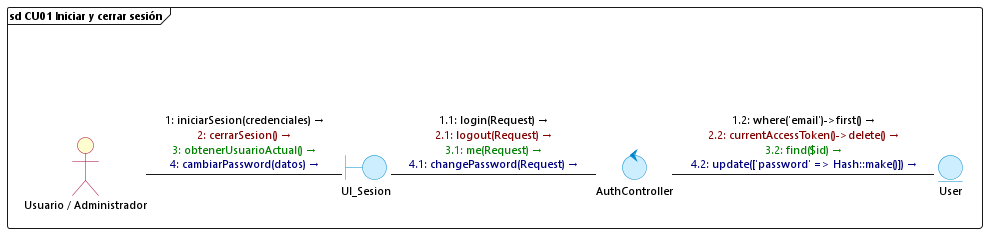
This is diagramas/comunicacion/cu01_iniciar_cerrar_sesion.png from DiogoMars777/TELCOM-2.0, a PlantUML export, as it was before one commit. The source it was exported from:
```plantuml
@startuml cu01_iniciar_cerrar_sesion
skinparam backgroundColor white
skinparam defaultFontName "Segoe UI"
skinparam defaultFontSize 11
skinparam interfaceBackgroundColor transparent
skinparam interfaceBorderColor transparent
skinparam actorBackgroundColor #FEFECE
skinparam actorBorderColor #A80036
skinparam boundaryBackgroundColor #CCEEFF
skinparam boundaryBorderColor #0088CC
skinparam controlBackgroundColor #CCEEFF
skinparam controlBorderColor #0088CC
skinparam entityBackgroundColor #CCEEFF
skinparam entityBorderColor #0088CC

frame "sd CU01 Iniciar y cerrar sesión" {
    () " " as spacer
    actor "Usuario / Administrador" as Usuario
    boundary UI_Sesion
    control AuthController
    entity User

    spacer -[hidden]down- Usuario

    Usuario -right- UI_Sesion : <font color=#000000>1: iniciarSesion(credenciales) →</font>\n<font color=#800000>2: cerrarSesion() →</font>\n<font color=#008000>3: obtenerUsuarioActual() →</font>\n<font color=#000080>4: cambiarPassword(datos) →</font>

    UI_Sesion -right- AuthController : <font color=#000000>1.1: login(Request) →</font>\n<font color=#800000>2.1: logout(Request) →</font>\n<font color=#008000>3.1: me(Request) →</font>\n<font color=#000080>4.1: changePassword(Request) →</font>

    AuthController -right- User : <font color=#000000>1.2: where('email')->first() →</font>\n<font color=#800000>2.2: currentAccessToken()->delete() →</font>\n<font color=#008000>3.2: find($id) →</font>\n<font color=#000080>4.2: update(['password' => Hash::make()]) →</font>
}
@enduml
```
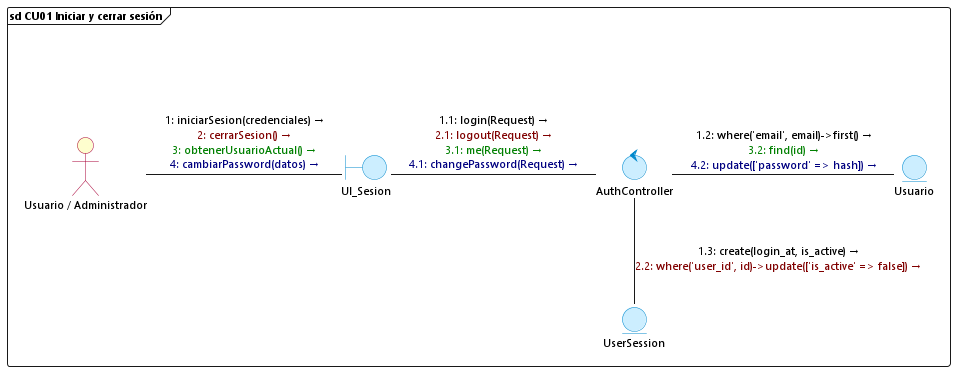
After the change.

Diff of the diagram source:
```diff
@@ -15,17 +15,20 @@
 
 frame "sd CU01 Iniciar y cerrar sesión" {
     () " " as spacer
-    actor "Usuario / Administrador" as Usuario
+    actor "Usuario / Administrador" as UsuarioActor
     boundary UI_Sesion
     control AuthController
-    entity User
+    entity Usuario
+    entity UserSession
 
-    spacer -[hidden]down- Usuario
+    spacer -[hidden]down- UsuarioActor
 
-    Usuario -right- UI_Sesion : <font color=#000000>1: iniciarSesion(credenciales) →</font>\n<font color=#800000>2: cerrarSesion() →</font>\n<font color=#008000>3: obtenerUsuarioActual() →</font>\n<font color=#000080>4: cambiarPassword(datos) →</font>
+    UsuarioActor -right- UI_Sesion : <font color=#000000>1: iniciarSesion(credenciales) →</font>\n<font color=#800000>2: cerrarSesion() →</font>\n<font color=#008000>3: obtenerUsuarioActual() →</font>\n<font color=#000080>4: cambiarPassword(datos) →</font>
 
     UI_Sesion -right- AuthController : <font color=#000000>1.1: login(Request) →</font>\n<font color=#800000>2.1: logout(Request) →</font>\n<font color=#008000>3.1: me(Request) →</font>\n<font color=#000080>4.1: changePassword(Request) →</font>
 
-    AuthController -right- User : <font color=#000000>1.2: where('email')->first() →</font>\n<font color=#800000>2.2: currentAccessToken()->delete() →</font>\n<font color=#008000>3.2: find($id) →</font>\n<font color=#000080>4.2: update(['password' => Hash::make()]) →</font>
+    AuthController -right- Usuario : <font color=#000000>1.2: where('email', email)->first() →</font>\n<font color=#008000>3.2: find(id) →</font>\n<font color=#000080>4.2: update(['password' => hash]) →</font>
+
+    AuthController -down- UserSession : <font color=#000000>1.3: create(login_at, is_active) →</font>\n<font color=#800000>2.2: where('user_id', id)->update(['is_active' => false]) →</font>
 }
 @enduml
```
